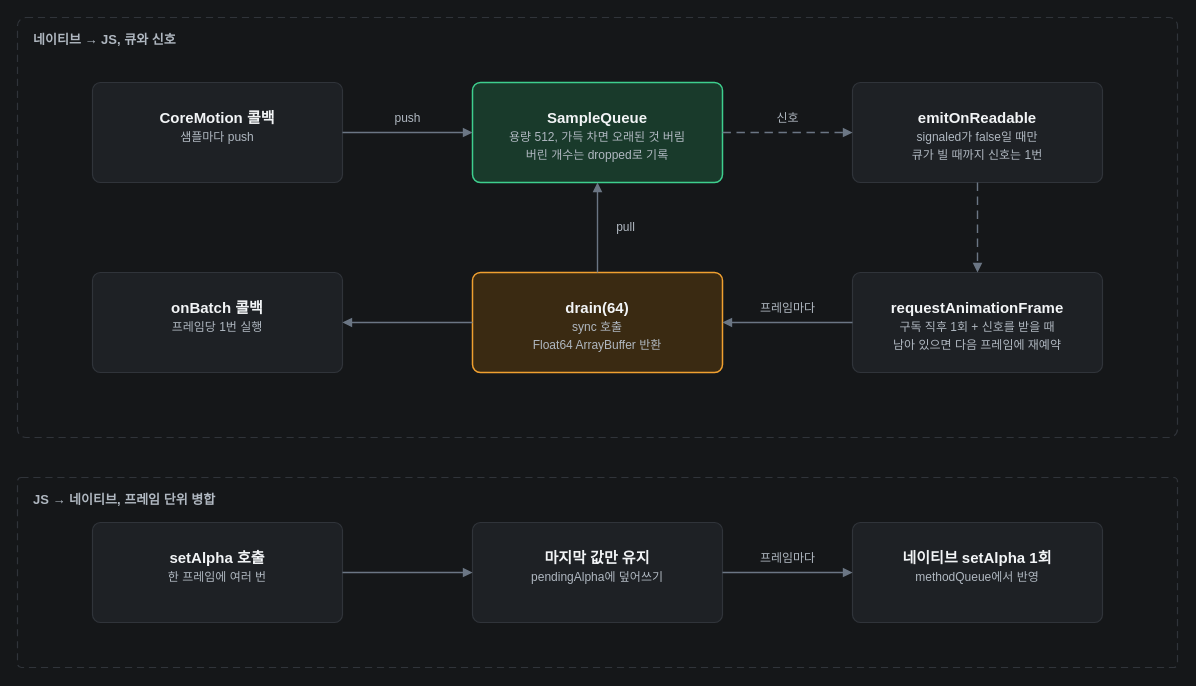
Before: page "rn-native-queue-flow" (5 of 6) of docs/rn-native-bidirectional-queue.drawio in opficdev/opficdev.github.io, a draw.io diagram. Source tidied: cells renumbered, new cells numbered last; positions are measured from the earlier drawing's top-left corner, leaving out a move shared by most shapes. Both pictures are drawn from the tidied source at 100%, with x=0, y=0 at pixel (17, 17).
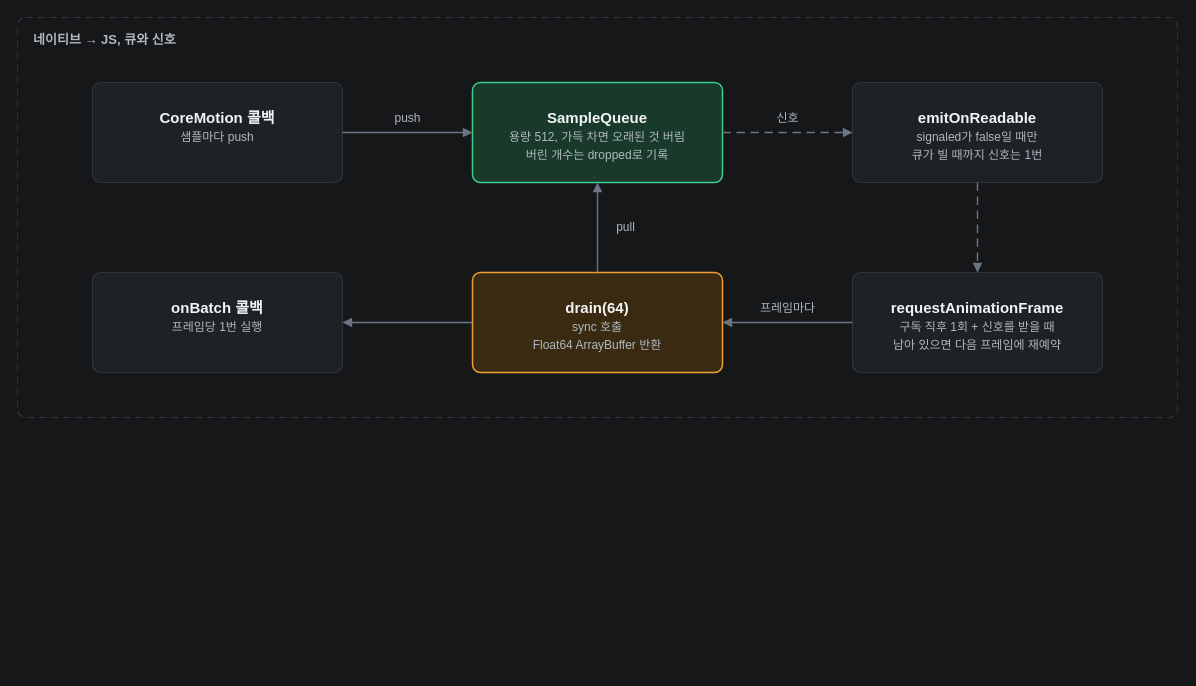
Above is the later version.

Commit message (it also covers changes not shown here):
fix: 센서 값 전달 방식 비교 글의 JS 네이티브 호출 실험 제거

What changed in the source:
```diff
@@
     <mxCell id="2" value="네이티브 → JS, 큐와 신호" style="rounded=1;arcSize=2;whiteSpace=wrap;html=1;fillColor=none;strokeColor=#30343A;strokeWidth=1.2;dashed=1;dashPattern=6 4;verticalAlign=top;align=left;spacingLeft=14;spacingTop=8;fontFamily=Arial;fontColor=#B0B8C1;fontSize=13;fontStyle=1;" parent="1" vertex="1">
-      <mxGeometry width="1160" height="420" as="geometry" />
+      <mxGeometry width="1160" height="400" as="geometry" />
     </mxCell>
-    <mxCell id="3" value="JS → 네이티브, 프레임 단위 병합" style="rounded=1;arcSize=2;whiteSpace=wrap;html=1;fillColor=none;strokeColor=#30343A;strokeWidth=1.2;dashed=1;dashPattern=6 4;verticalAlign=top;align=left;spacingLeft=14;spacingTop=8;fontFamily=Arial;fontColor=#B0B8C1;fontSize=13;fontStyle=1;" parent="1" vertex="1">
-      <mxGeometry y="460" width="1160" height="190" as="geometry" />
-    </mxCell>
@@
-    <mxCell id="16" value="&lt;b&gt;setAlpha 호출&lt;/b&gt;&lt;br&gt;&lt;font color=&quot;#B0B8C1&quot; style=&quot;font-size:12px&quot;&gt;한 프레임에 여러 번&lt;/font&gt;" style="rounded=1;arcSize=8;whiteSpace=wrap;html=1;fillColor=#1E2125;strokeColor=#30343A;strokeWidth=1.2;fontFamily=Arial;fontColor=#F2F4F6;fontSize=15;verticalAlign=top;spacingTop=20;" parent="1" vertex="1">
-      <mxGeometry x="75" y="505" width="250" height="100" as="geometry" />
-    </mxCell>
-    <mxCell id="17" value="&lt;b&gt;마지막 값만 유지&lt;/b&gt;&lt;br&gt;&lt;font color=&quot;#B0B8C1&quot; style=&quot;font-size:12px&quot;&gt;pendingAlpha에 덮어쓰기&lt;/font&gt;" style="rounded=1;arcSize=8;whiteSpace=wrap;html=1;fillColor=#1E2125;strokeColor=#30343A;strokeWidth=1.2;fontFamily=Arial;fontColor=#F2F4F6;fontSize=15;verticalAlign=top;spacingTop=20;" parent="1" vertex="1">
-      <mxGeometry x="455" y="505" width="250" height="100" as="geometry" />
-    </mxCell>
-    <mxCell id="18" value="&lt;b&gt;네이티브 setAlpha 1회&lt;/b&gt;&lt;br&gt;&lt;font color=&quot;#B0B8C1&quot; style=&quot;font-size:12px&quot;&gt;methodQueue에서 반영&lt;/font&gt;" style="rounded=1;arcSize=8;whiteSpace=wrap;html=1;fillColor=#1E2125;strokeColor=#30343A;strokeWidth=1.2;fontFamily=Arial;fontColor=#F2F4F6;fontSize=15;verticalAlign=top;spacingTop=20;" parent="1" vertex="1">
-      <mxGeometry x="835" y="505" width="250" height="100" as="geometry" />
-    </mxCell>
-    <mxCell id="19" style="edgeStyle=orthogonalEdgeStyle;rounded=1;arcSize=60;html=1;endArrow=block;endFill=1;strokeColor=#6B7684;strokeWidth=1.4;fontFamily=Arial;fontColor=#B0B8C1;fontSize=12;labelBackgroundColor=none;exitX=1;exitY=0.5;entryX=0;entryY=0.5;exitPerimeter=0;entryPerimeter=0;" parent="1" edge="1" source="16" target="17">
-      <mxGeometry relative="1" as="geometry">
-        <mxPoint y="-14" as="offset" />
-      </mxGeometry>
-    </mxCell>
-    <mxCell id="20" value="프레임마다" style="edgeStyle=orthogonalEdgeStyle;rounded=1;arcSize=60;html=1;endArrow=block;endFill=1;strokeColor=#6B7684;strokeWidth=1.4;fontFamily=Arial;fontColor=#B0B8C1;fontSize=12;labelBackgroundColor=none;exitX=1;exitY=0.5;entryX=0;entryY=0.5;exitPerimeter=0;entryPerimeter=0;" parent="1" edge="1" source="17" target="18">
-      <mxGeometry relative="1" as="geometry">
-        <mxPoint y="-14" as="offset" />
-      </mxGeometry>
-    </mxCell>
```
